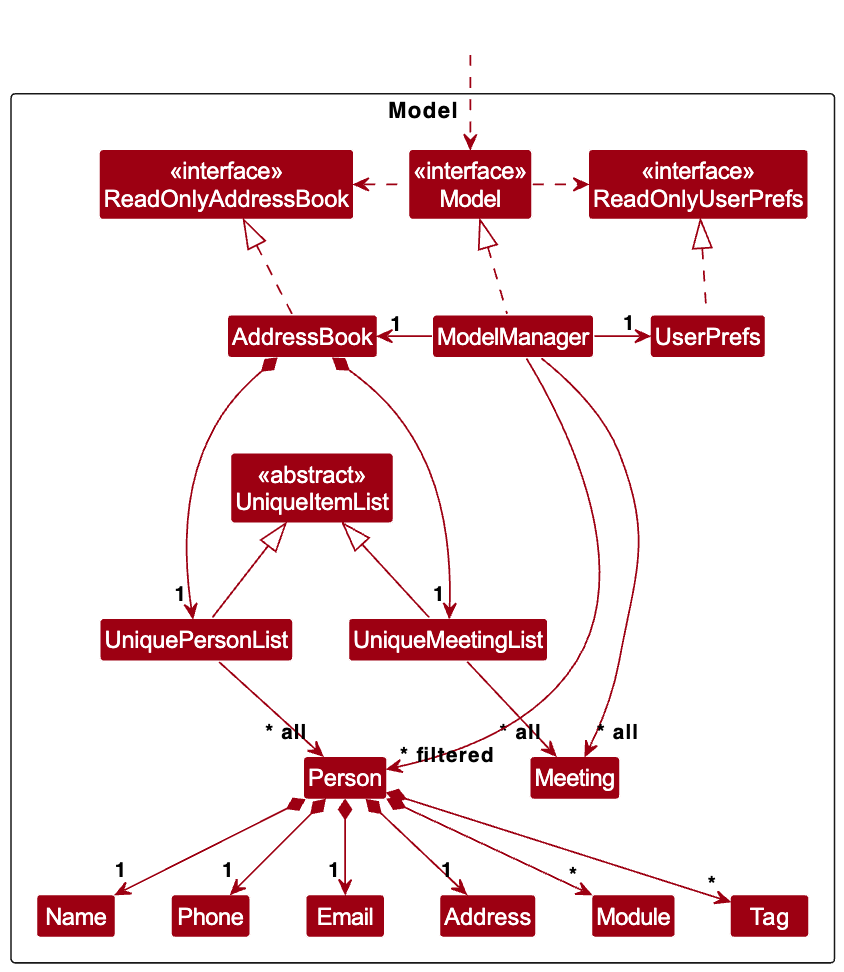
Above: docs/images/ModelClassDiagram.png in Kannan171/tp (PlantUML), before the change. Its source is kept beside it as docs/diagrams/ModelClassDiagram.puml.
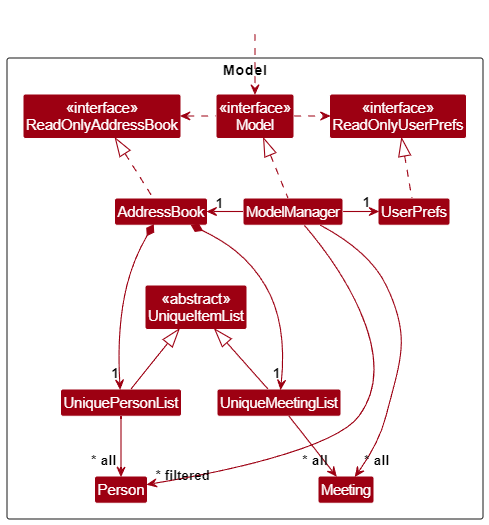
The same file after the commit.

Diff of the diagram source:
```diff
@@ -17,13 +17,7 @@
 Class UniqueMeetingList
 
 Class Person
-Class Name
-Class Phone
-Class Email
-Class Address
 Class Meeting
-Class Module
-Class Tag
 
 Class I #FFFFFF
 }
@@ -48,18 +42,7 @@
 UniquePersonList --> "~* all" Person
 UniqueMeetingList --> "~* all" Meeting
 
-Person *--> "1" Name
-Person *--> "1" Phone
-Person *--> "1" Email
-Person *--> "1" Address
-Person *--> "*" Tag
-Person *--> "*" Module
-
 Person -[hidden]up--> I
-
-Name -[hidden]right-> Phone
-Phone -[hidden]right-> Email
-Email -[hidden]right-> Address
 
 ModelManager --> "~* filtered" Person
 ModelManager --> "~* all" Meeting
```
